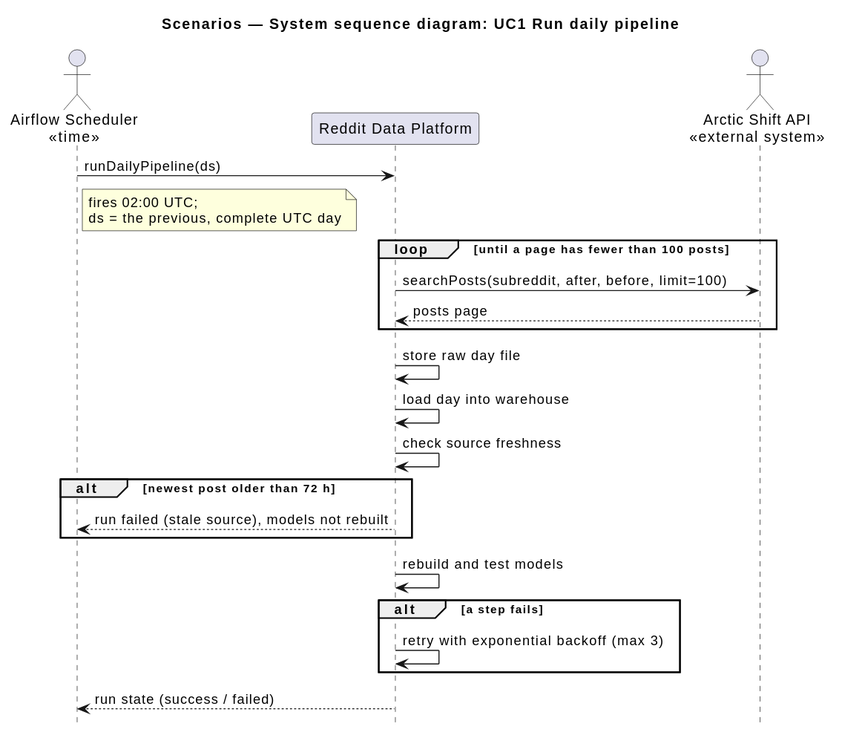
This is docs/architecture/diagrams/ssd-daily-pipeline.svg from modsomjeed/reddit-dataeng, a PlantUML export, as it was before one commit.
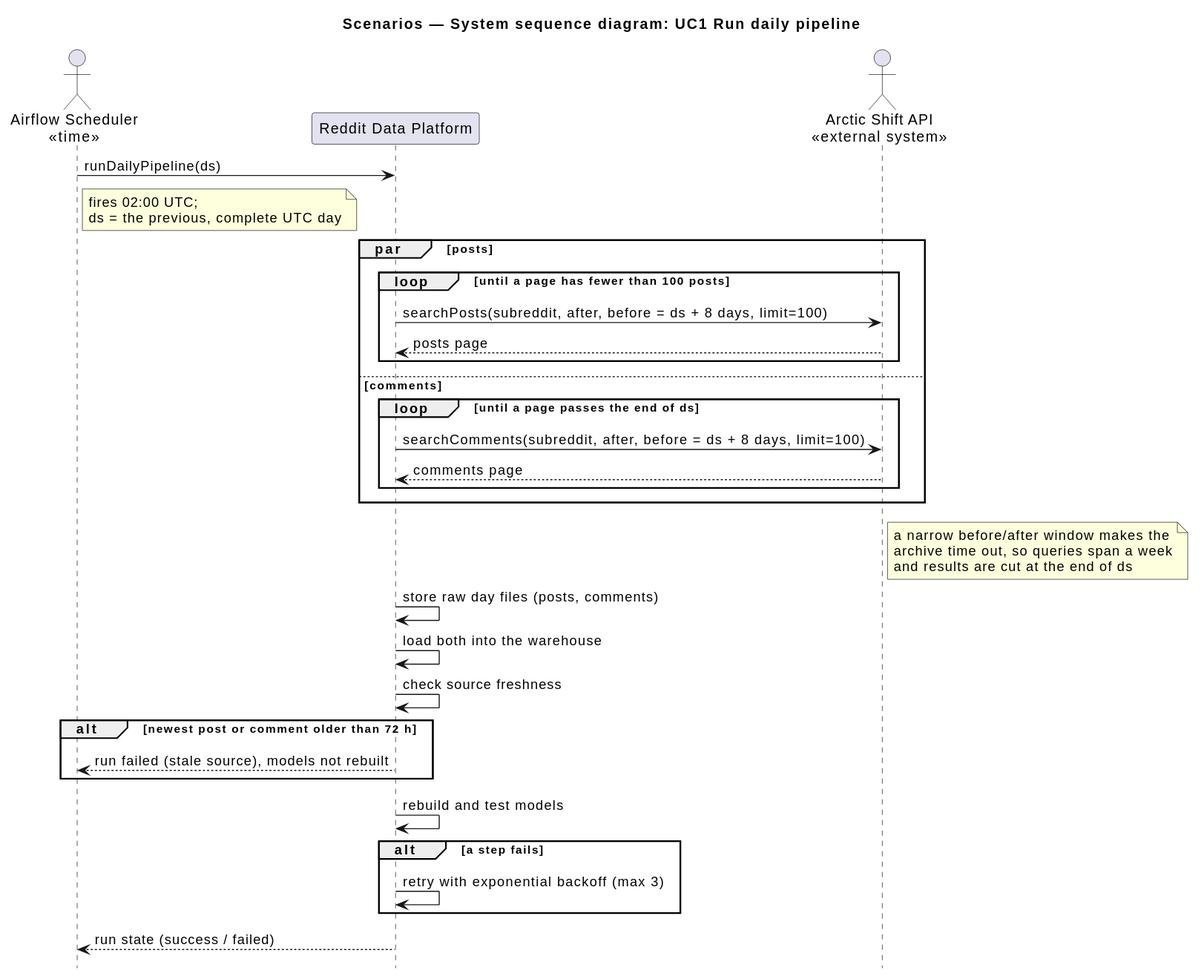
Above is the later version.

The edit, as a diff of the source:
```diff
@@ -13,16 +13,28 @@
   ds = the previous, complete UTC day
 end note
 
-loop until a page has fewer than 100 posts
-  system -> arctic : searchPosts(subreddit, after, before, limit=100)
-  arctic --> system : posts page
+par posts
+  loop until a page has fewer than 100 posts
+    system -> arctic : searchPosts(subreddit, after, before = ds + 8 days, limit=100)
+    arctic --> system : posts page
+  end
+else comments
+  loop until a page passes the end of ds
+    system -> arctic : searchComments(subreddit, after, before = ds + 8 days, limit=100)
+    arctic --> system : comments page
+  end
 end
+note right of arctic
+  a narrow before/after window makes the
+  archive time out, so queries span a week
+  and results are cut at the end of ds
+end note
 
-system -> system : store raw day file
-system -> system : load day into warehouse
+system -> system : store raw day files (posts, comments)
+system -> system : load both into the warehouse
 system -> system : check source freshness
 
-alt newest post older than 72 h
+alt newest post or comment older than 72 h
   system --> scheduler : run failed (stale source), models not rebuilt
 end
 
```
